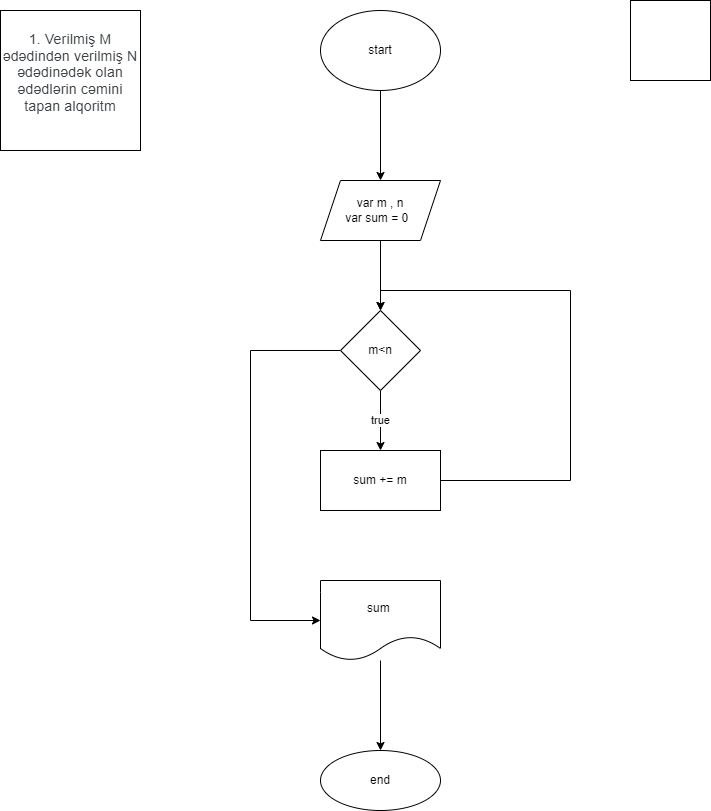
The draw.io diagram tapsiriq 1.png in TAHiRLI/Task-08-08-22, before a commit. Source tidied: cells renumbered, new cells last; positions are measured from the earlier drawing's top-left corner, leaving out a move shared by most shapes. Source of this version:
```xml
<mxGraphModel>
  <root>
    <mxCell id="0" />
    <mxCell id="1" parent="0" />
    <mxCell id="2" value="&#10;&lt;span style=&quot;color: rgb(60, 64, 67); font-family: Roboto, Arial, sans-serif; font-size: 14px; font-style: normal; font-variant-ligatures: normal; font-variant-caps: normal; font-weight: 400; letter-spacing: 0.2px; orphans: 2; text-align: start; text-indent: 0px; text-transform: none; widows: 2; word-spacing: 0px; -webkit-text-stroke-width: 0px; text-decoration-thickness: initial; text-decoration-style: initial; text-decoration-color: initial; float: none; display: inline !important;&quot;&gt;1.&amp;nbsp;Verilmiş M ədədindən verilmiş N ədədinədək olan ədədlərin cəmini tapan alqoritm&lt;/span&gt;&lt;br style=&quot;-webkit-tap-highlight-color: transparent; color: rgb(60, 64, 67); font-family: Roboto, Arial, sans-serif; font-size: 14px; font-style: normal; font-variant-ligatures: normal; font-variant-caps: normal; font-weight: 400; letter-spacing: 0.2px; orphans: 2; text-align: start; text-indent: 0px; text-transform: none; widows: 2; word-spacing: 0px; -webkit-text-stroke-width: 0px; text-decoration-thickness: initial; text-decoration-style: initial; text-decoration-color: initial;&quot;&gt;&#10;&#10;" style="whiteSpace=wrap;html=1;" parent="1" vertex="1">
      <mxGeometry y="10" width="140" height="140" as="geometry" />
    </mxCell>
    <mxCell id="3" style="edgeStyle=orthogonalEdgeStyle;rounded=0;jettySize=auto;html=1;" parent="1" edge="1" source="4" target="6">
      <mxGeometry relative="1" as="geometry" />
    </mxCell>
    <mxCell id="4" value="start" style="ellipse;whiteSpace=wrap;html=1;" parent="1" vertex="1">
      <mxGeometry x="320" y="10" width="120" height="80" as="geometry" />
    </mxCell>
    <mxCell id="5" style="edgeStyle=orthogonalEdgeStyle;rounded=0;jettySize=auto;html=1;" parent="1" edge="1" source="6" target="9">
      <mxGeometry relative="1" as="geometry" />
    </mxCell>
    <mxCell id="6" value="var m , n&lt;br&gt;var sum = 0&amp;nbsp;&amp;nbsp;" style="shape=parallelogram;perimeter=parallelogramPerimeter;whiteSpace=wrap;html=1;fixedSize=1;" parent="1" vertex="1">
      <mxGeometry x="320" y="180" width="120" height="60" as="geometry" />
    </mxCell>
    <mxCell id="7" value="true" style="edgeStyle=orthogonalEdgeStyle;rounded=0;jettySize=auto;html=1;" parent="1" edge="1" source="9" target="11">
      <mxGeometry relative="1" as="geometry" />
    </mxCell>
    <mxCell id="8" style="edgeStyle=orthogonalEdgeStyle;rounded=0;jettySize=auto;html=1;" parent="1" edge="1" source="9" target="13">
      <mxGeometry relative="1" as="geometry">
        <Array as="points">
          <mxPoint x="250" y="350" />
          <mxPoint x="250" y="620" />
        </Array>
      </mxGeometry>
    </mxCell>
    <mxCell id="9" value="m&amp;lt;n" style="rhombus;whiteSpace=wrap;html=1;" parent="1" vertex="1">
      <mxGeometry x="340" y="310" width="80" height="80" as="geometry" />
    </mxCell>
    <mxCell id="10" style="edgeStyle=orthogonalEdgeStyle;rounded=0;jettySize=auto;html=1;entryX=0.5;entryY=0;entryDx=0;entryDy=0;" parent="1" edge="1" source="11" target="9">
      <mxGeometry relative="1" as="geometry">
        <Array as="points">
          <mxPoint x="570" y="480" />
          <mxPoint x="570" y="290" />
          <mxPoint x="380" y="290" />
        </Array>
      </mxGeometry>
    </mxCell>
    <mxCell id="11" value="sum += m" style="whiteSpace=wrap;html=1;" parent="1" vertex="1">
      <mxGeometry x="320" y="450" width="120" height="60" as="geometry" />
    </mxCell>
    <mxCell id="12" style="edgeStyle=orthogonalEdgeStyle;rounded=0;jettySize=auto;html=1;" parent="1" edge="1" source="13" target="14">
      <mxGeometry relative="1" as="geometry" />
    </mxCell>
    <mxCell id="13" value="sum&amp;nbsp;" style="shape=document;whiteSpace=wrap;html=1;boundedLbl=1;" parent="1" vertex="1">
      <mxGeometry x="320" y="580" width="120" height="80" as="geometry" />
    </mxCell>
    <mxCell id="14" value="end" style="ellipse;whiteSpace=wrap;html=1;" parent="1" vertex="1">
      <mxGeometry x="320" y="750" width="120" height="60" as="geometry" />
    </mxCell>
    <mxCell id="15" style="whiteSpace=wrap;html=1;" parent="1" vertex="1">
      <mxGeometry x="630" width="80" height="80" as="geometry" />
    </mxCell>
  </root>
</mxGraphModel>
```
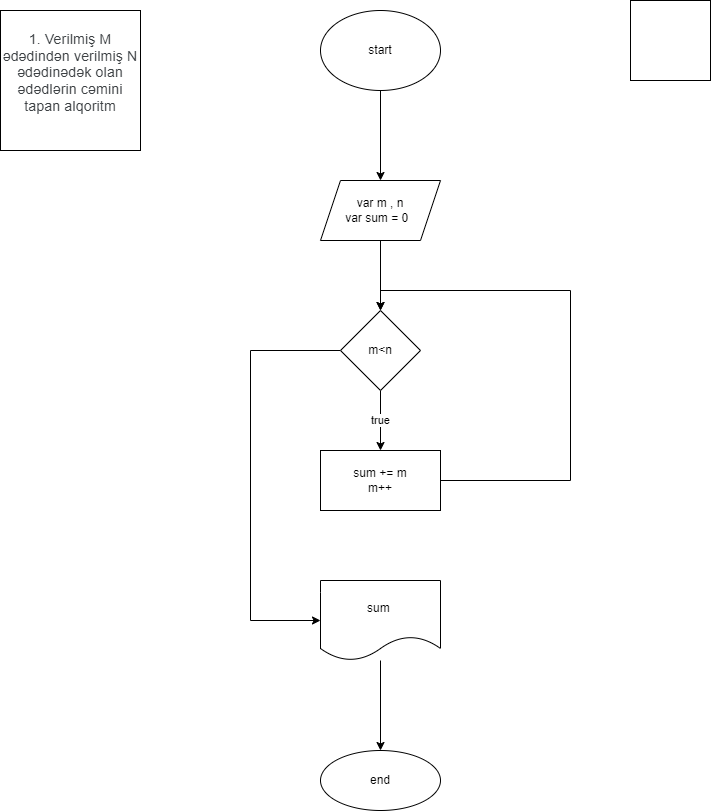
After the change.

What changed in the source:
```diff
@@ -40,7 +40,7 @@
         </Array>
       </mxGeometry>
     </mxCell>
-    <mxCell id="11" value="sum += m" style="whiteSpace=wrap;html=1;" parent="1" vertex="1">
+    <mxCell id="11" value="sum += m&lt;br&gt;m++" style="whiteSpace=wrap;html=1;" parent="1" vertex="1">
       <mxGeometry x="320" y="450" width="120" height="60" as="geometry" />
     </mxCell>
     <mxCell id="12" style="edgeStyle=orthogonalEdgeStyle;rounded=0;jettySize=auto;html=1;" parent="1" edge="1" source="13" target="14">
```
